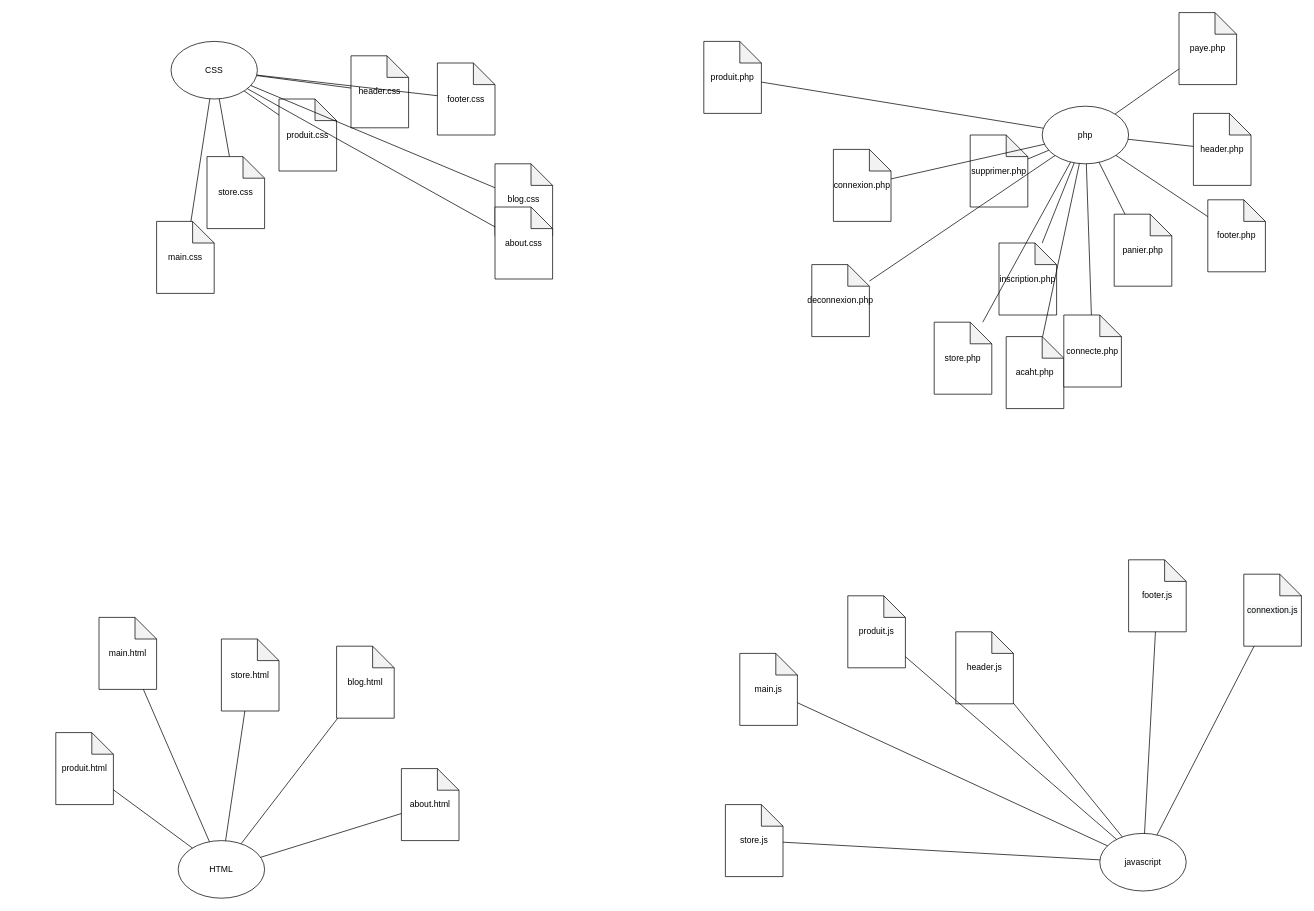
This is Untitled Diagram.drawio from maelisdpts/maelisdpts.github.io, a draw.io file, before an edit. Source tidied: cells renumbered, new cells numbered last; positions are measured from the earlier drawing's top-left corner, leaving out a move shared by most shapes. Both pictures are drawn from the tidied source at 72%, with x=0, y=0 at pixel (55, 12).
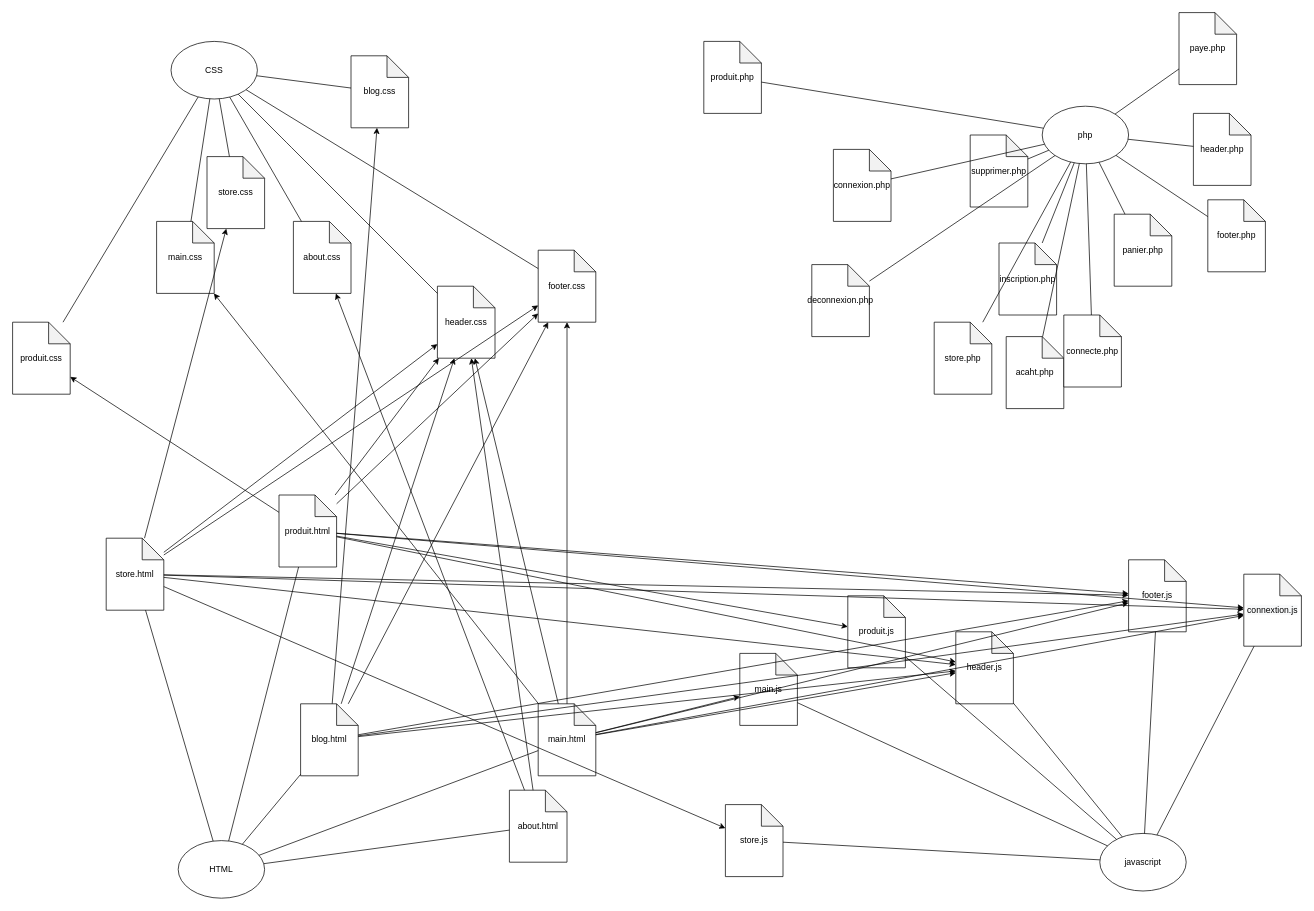
Above is the later version.

Commit message:
faire les fleches des ronds aux dossiers css et js concernés

The change refers to these unchanged cells:
```xml
<mxCell id="8" value="CSS" style="ellipse;whiteSpace=wrap;html=1;" parent="1" vertex="1">
  <mxGeometry x="160" y="40" width="120" height="80" as="geometry" />
</mxCell>
<mxCell id="9" value="main.css" style="shape=note;whiteSpace=wrap;html=1;backgroundOutline=1;darkOpacity=0.05;" parent="1" vertex="1">
  <mxGeometry x="140" y="290" width="80" height="100" as="geometry" />
</mxCell>
<mxCell id="10" value="store.css" style="shape=note;whiteSpace=wrap;html=1;backgroundOutline=1;darkOpacity=0.05;" parent="1" vertex="1">
  <mxGeometry x="210" y="200" width="80" height="100" as="geometry" />
</mxCell>
<mxCell id="17" value="main.js" style="shape=note;whiteSpace=wrap;html=1;backgroundOutline=1;darkOpacity=0.05;" parent="1" vertex="1">
  <mxGeometry x="950" y="890" width="80" height="100" as="geometry" />
</mxCell>
<mxCell id="18" value="store.js" style="shape=note;whiteSpace=wrap;html=1;backgroundOutline=1;darkOpacity=0.05;" parent="1" vertex="1">
  <mxGeometry x="930" y="1100" width="80" height="100" as="geometry" />
</mxCell>
<mxCell id="19" value="produit.js" style="shape=note;whiteSpace=wrap;html=1;backgroundOutline=1;darkOpacity=0.05;" parent="1" vertex="1">
  <mxGeometry x="1100" y="810" width="80" height="100" as="geometry" />
</mxCell>
<mxCell id="20" value="header.js" style="shape=note;whiteSpace=wrap;html=1;backgroundOutline=1;darkOpacity=0.05;" parent="1" vertex="1">
  <mxGeometry x="1250" y="860" width="80" height="100" as="geometry" />
</mxCell>
<mxCell id="21" value="footer.js" style="shape=note;whiteSpace=wrap;html=1;backgroundOutline=1;darkOpacity=0.05;" parent="1" vertex="1">
  <mxGeometry x="1490" y="760" width="80" height="100" as="geometry" />
</mxCell>
<mxCell id="22" value="&#10;&#10;&lt;span style=&quot;color: rgb(0, 0, 0); font-family: helvetica; font-size: 12px; font-style: normal; font-weight: 400; letter-spacing: normal; text-align: center; text-indent: 0px; text-transform: none; word-spacing: 0px; background-color: rgb(248, 249, 250); display: inline; float: none;&quot;&gt;connextion.js&lt;/span&gt;&#10;&#10;" style="shape=note;whiteSpace=wrap;html=1;backgroundOutline=1;darkOpacity=0.05;" parent="1" vertex="1">
  <mxGeometry x="1650" y="780" width="80" height="100" as="geometry" />
</mxCell>
```

Diff of the diagram source:
```diff
@@
     <mxCell id="3" value="main.html" style="shape=note;whiteSpace=wrap;html=1;backgroundOutline=1;darkOpacity=0.05;" parent="1" vertex="1">
-      <mxGeometry x="60" y="840" width="80" height="100" as="geometry" />
+      <mxGeometry x="670" y="960" width="80" height="100" as="geometry" />
     </mxCell>
     <mxCell id="4" value="store.html" style="shape=note;whiteSpace=wrap;html=1;backgroundOutline=1;darkOpacity=0.05;" parent="1" vertex="1">
-      <mxGeometry x="230" y="870" width="80" height="100" as="geometry" />
+      <mxGeometry x="70" y="730" width="80" height="100" as="geometry" />
     </mxCell>
     <mxCell id="5" value="produit.html" style="shape=note;whiteSpace=wrap;html=1;backgroundOutline=1;darkOpacity=0.05;" parent="1" vertex="1">
-      <mxGeometry y="1000" width="80" height="100" as="geometry" />
+      <mxGeometry x="310" y="670" width="80" height="100" as="geometry" />
     </mxCell>
     <mxCell id="6" value="blog.html" style="shape=note;whiteSpace=wrap;html=1;backgroundOutline=1;darkOpacity=0.05;" parent="1" vertex="1">
-      <mxGeometry x="390" y="880" width="80" height="100" as="geometry" />
+      <mxGeometry x="340" y="960" width="80" height="100" as="geometry" />
     </mxCell>
     <mxCell id="7" value="about.html" style="shape=note;whiteSpace=wrap;html=1;backgroundOutline=1;darkOpacity=0.05;" parent="1" vertex="1">
-      <mxGeometry x="480" y="1050" width="80" height="100" as="geometry" />
+      <mxGeometry x="630" y="1080" width="80" height="100" as="geometry" />
     </mxCell>
@@
     <mxCell id="11" value="produit.css" style="shape=note;whiteSpace=wrap;html=1;backgroundOutline=1;darkOpacity=0.05;" parent="1" vertex="1">
-      <mxGeometry x="310" y="120" width="80" height="100" as="geometry" />
+      <mxGeometry x="-60" y="430" width="80" height="100" as="geometry" />
     </mxCell>
     <mxCell id="12" value="header.css" style="shape=note;whiteSpace=wrap;html=1;backgroundOutline=1;darkOpacity=0.05;" parent="1" vertex="1">
-      <mxGeometry x="410" y="60" width="80" height="100" as="geometry" />
+      <mxGeometry x="530" y="380" width="80" height="100" as="geometry" />
     </mxCell>
     <mxCell id="13" value="footer.css" style="shape=note;whiteSpace=wrap;html=1;backgroundOutline=1;darkOpacity=0.05;" parent="1" vertex="1">
-      <mxGeometry x="530" y="70" width="80" height="100" as="geometry" />
+      <mxGeometry x="670" y="330" width="80" height="100" as="geometry" />
     </mxCell>
     <mxCell id="14" value="blog.css" style="shape=note;whiteSpace=wrap;html=1;backgroundOutline=1;darkOpacity=0.05;" parent="1" vertex="1">
-      <mxGeometry x="610" y="210" width="80" height="100" as="geometry" />
+      <mxGeometry x="410" y="60" width="80" height="100" as="geometry" />
     </mxCell>
     <mxCell id="15" value="about.css" style="shape=note;whiteSpace=wrap;html=1;backgroundOutline=1;darkOpacity=0.05;" parent="1" vertex="1">
-      <mxGeometry x="610" y="270" width="80" height="100" as="geometry" />
+      <mxGeometry x="330" y="290" width="80" height="100" as="geometry" />
     </mxCell>
@@
     <mxCell id="44" style="endArrow=none;html=1;" parent="1" edge="1" source="8" target="12">
-      <mxGeometry relative="1" as="geometry" />
+      <mxGeometry relative="1" as="geometry">
+        <Array as="points">
+          <mxPoint x="320" y="180" />
+          <mxPoint x="360" y="220" />
+        </Array>
+      </mxGeometry>
     </mxCell>
@@
+    <mxCell id="66" style="endArrow=classic;html=1;" parent="1" edge="1" source="3" target="9">
+      <mxGeometry relative="1" as="geometry" />
+    </mxCell>
+    <mxCell id="67" style="endArrow=classic;html=1;" parent="1" edge="1" source="3" target="12">
+      <mxGeometry relative="1" as="geometry" />
+    </mxCell>
+    <mxCell id="68" style="endArrow=classic;html=1;" parent="1" edge="1" source="3" target="13">
+      <mxGeometry relative="1" as="geometry" />
+    </mxCell>
+    <mxCell id="69" style="endArrow=classic;html=1;" parent="1" edge="1" source="3" target="17">
+      <mxGeometry relative="1" as="geometry" />
+    </mxCell>
+    <mxCell id="70" style="endArrow=classic;html=1;" parent="1" edge="1" source="3" target="20">
+      <mxGeometry relative="1" as="geometry" />
+    </mxCell>
+    <mxCell id="71" style="endArrow=classic;html=1;" parent="1" edge="1" source="3" target="21">
+      <mxGeometry relative="1" as="geometry" />
+    </mxCell>
+    <mxCell id="72" style="endArrow=classic;html=1;" parent="1" edge="1" source="3" target="22">
+      <mxGeometry relative="1" as="geometry" />
+    </mxCell>
+    <mxCell id="73" style="endArrow=classic;html=1;" parent="1" edge="1" source="5" target="12">
+      <mxGeometry relative="1" as="geometry" />
+    </mxCell>
+    <mxCell id="74" style="endArrow=classic;html=1;" parent="1" edge="1" source="5" target="13">
+      <mxGeometry relative="1" as="geometry" />
+    </mxCell>
+    <mxCell id="75" style="endArrow=classic;html=1;" parent="1" edge="1" source="5" target="11">
+      <mxGeometry relative="1" as="geometry" />
+    </mxCell>
+    <mxCell id="76" style="endArrow=classic;html=1;" parent="1" edge="1" source="5" target="19">
+      <mxGeometry relative="1" as="geometry" />
+    </mxCell>
+    <mxCell id="77" style="endArrow=classic;html=1;" parent="1" edge="1" source="5" target="20">
+      <mxGeometry relative="1" as="geometry" />
+    </mxCell>
+    <mxCell id="78" style="endArrow=classic;html=1;" parent="1" edge="1" source="5" target="21">
+      <mxGeometry relative="1" as="geometry" />
+    </mxCell>
+    <mxCell id="79" style="endArrow=classic;html=1;" parent="1" edge="1" source="5" target="22">
+      <mxGeometry relative="1" as="geometry" />
+    </mxCell>
+    <mxCell id="80" style="endArrow=classic;html=1;" parent="1" edge="1" source="4" target="10">
+      <mxGeometry relative="1" as="geometry" />
+    </mxCell>
+    <mxCell id="81" style="endArrow=classic;html=1;" parent="1" edge="1" source="4" target="12">
+      <mxGeometry relative="1" as="geometry" />
+    </mxCell>
+    <mxCell id="82" style="endArrow=classic;html=1;" parent="1" edge="1" source="4" target="13">
+      <mxGeometry relative="1" as="geometry" />
+    </mxCell>
+    <mxCell id="83" style="endArrow=classic;html=1;" parent="1" edge="1" source="4" target="18">
+      <mxGeometry relative="1" as="geometry" />
+    </mxCell>
+    <mxCell id="84" style="endArrow=classic;html=1;" parent="1" edge="1" source="4" target="20">
+      <mxGeometry relative="1" as="geometry" />
+    </mxCell>
+    <mxCell id="85" style="endArrow=classic;html=1;" parent="1" edge="1" source="4" target="21">
+      <mxGeometry relative="1" as="geometry" />
+    </mxCell>
+    <mxCell id="86" style="endArrow=classic;html=1;" parent="1" edge="1" source="4" target="22">
+      <mxGeometry relative="1" as="geometry" />
+    </mxCell>
+    <mxCell id="87" style="endArrow=classic;html=1;" parent="1" edge="1" source="6" target="14">
+      <mxGeometry relative="1" as="geometry" />
+    </mxCell>
+    <mxCell id="88" style="endArrow=classic;html=1;" parent="1" edge="1" source="6" target="12">
+      <mxGeometry relative="1" as="geometry" />
+    </mxCell>
+    <mxCell id="89" style="endArrow=classic;html=1;" parent="1" edge="1" source="6" target="13">
+      <mxGeometry relative="1" as="geometry" />
+    </mxCell>
+    <mxCell id="90" style="endArrow=classic;html=1;" parent="1" edge="1" source="6" target="21">
+      <mxGeometry relative="1" as="geometry" />
+    </mxCell>
+    <mxCell id="91" style="endArrow=classic;html=1;" parent="1" edge="1" source="6" target="20">
+      <mxGeometry relative="1" as="geometry" />
+    </mxCell>
+    <mxCell id="92" style="endArrow=classic;html=1;" parent="1" edge="1" source="6" target="22">
+      <mxGeometry relative="1" as="geometry" />
+    </mxCell>
+    <mxCell id="93" style="endArrow=classic;html=1;" parent="1" edge="1" source="7" target="15">
+      <mxGeometry relative="1" as="geometry" />
+    </mxCell>
+    <mxCell id="94" style="endArrow=classic;html=1;" parent="1" edge="1" source="7" target="12">
+      <mxGeometry relative="1" as="geometry" />
+    </mxCell>
```
